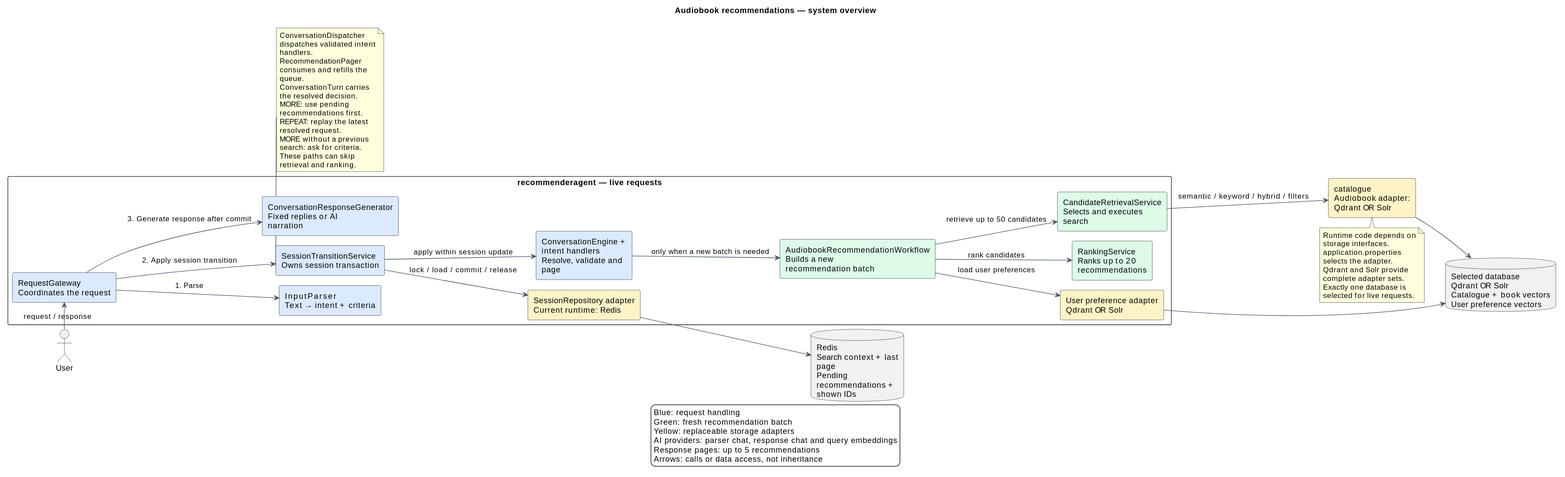
This is docs/diagrams/system-overview.svg from Juliu9/IT-Project, a PlantUML export, as it was before one commit.
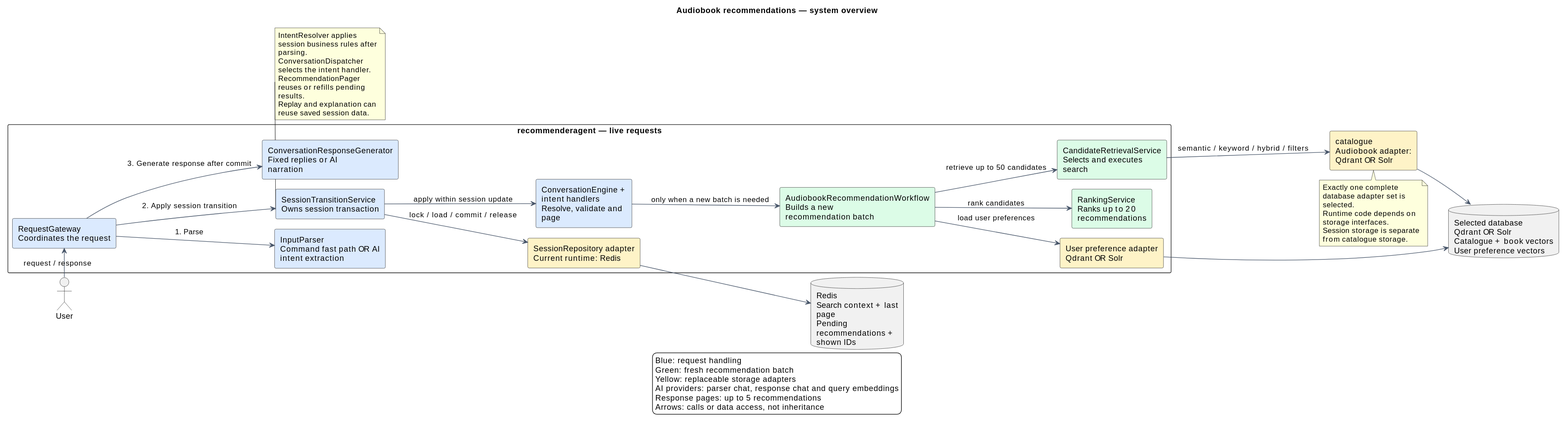
The same file after the commit.

What changed in the source:
```diff
@@ -13,7 +13,7 @@
 actor User
 package "recommenderagent — live requests" {
   component "RequestGateway\nCoordinates the request" as Gateway #DBEAFE
-  component "AiInputParser\nText → intent + criteria" as Parser #DBEAFE
+  component "InputParser\nCommand fast path OR AI intent extraction" as Parser #DBEAFE
   component "SessionTransitionService\nOwns session transaction" as Session #DBEAFE
   component "ConversationEngine + intent handlers\nResolve, validate and page" as Engine #DBEAFE
   component "AudiobookRecommendationWorkflow\nBuilds a new recommendation batch" as Workflow #DCFCE7
@@ -43,19 +43,15 @@
 Gateway --> Response : 3. Generate response after commit
 
 note bottom of Session
-  ConversationDispatcher dispatches validated intent handlers.
-  RecommendationPager consumes and refills the queue.
-  ConversationTurn carries the resolved decision.
-  MORE: use pending recommendations first.
-  REPEAT: replay the latest resolved request.
-  MORE without a previous search: ask for criteria.
-  These paths can skip retrieval and ranking.
+  IntentResolver applies session business rules after parsing.
+  ConversationDispatcher selects the intent handler.
+  RecommendationPager reuses or refills pending results.
+  Replay and explanation can reuse saved session data.
 end note
 note bottom of Adapter
+  Exactly one complete database adapter set is selected.
   Runtime code depends on storage interfaces.
-  application.properties selects the adapter.
-  Qdrant and Solr provide complete adapter sets.
-  Exactly one database is selected for live requests.
+  Session storage is separate from catalogue storage.
 end note
 legend bottom
   Blue: request handling
```
